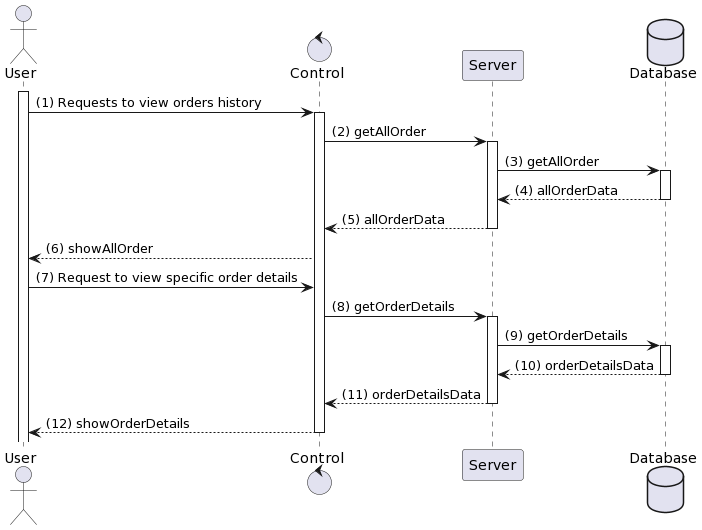
This is Lab 1/Lab 1.2/sequence_diagram/order_management/view_order_history.png from H1eu69/SE357-Pratice-class, a PlantUML export, as it was before one commit.
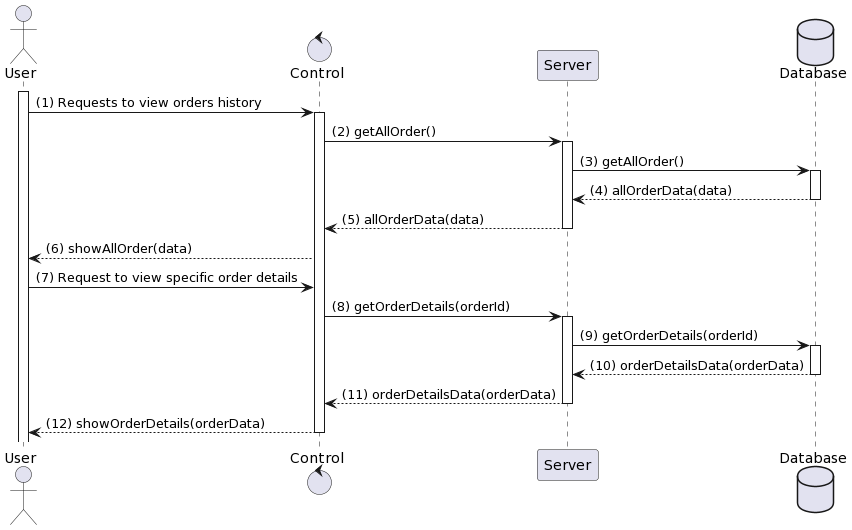
The same diagram one commit later.

Diff of the diagram source:
```diff
@@ -7,24 +7,24 @@
 activate User
 User -> C: (1) Requests to view orders history
 activate C
-C -> S: (2) getAllOrder
+C -> S: (2) getAllOrder()
 activate S
-S -> Database: (3) getAllOrder
+S -> Database: (3) getAllOrder()
 activate Database
-Database --> S: (4) allOrderData
+Database --> S: (4) allOrderData(data)
 deactivate Database
-S --> C: (5) allOrderData
+S --> C: (5) allOrderData(data)
 deactivate S
-C --> User: (6) showAllOrder
+C --> User: (6) showAllOrder(data)
 User -> C: (7) Request to view specific order details
-C -> S: (8) getOrderDetails
+C -> S: (8) getOrderDetails(orderId)
 activate S
-S -> Database: (9) getOrderDetails
+S -> Database: (9) getOrderDetails(orderId)
 activate Database
-Database --> S: (10) orderDetailsData
+Database --> S: (10) orderDetailsData(orderData)
 deactivate Database
-S --> C: (11) orderDetailsData
+S --> C: (11) orderDetailsData(orderData)
 deactivate S
-C --> User: (12) showOrderDetails
+C --> User: (12) showOrderDetails(orderData)
 deactivate C
 @enduml
```
